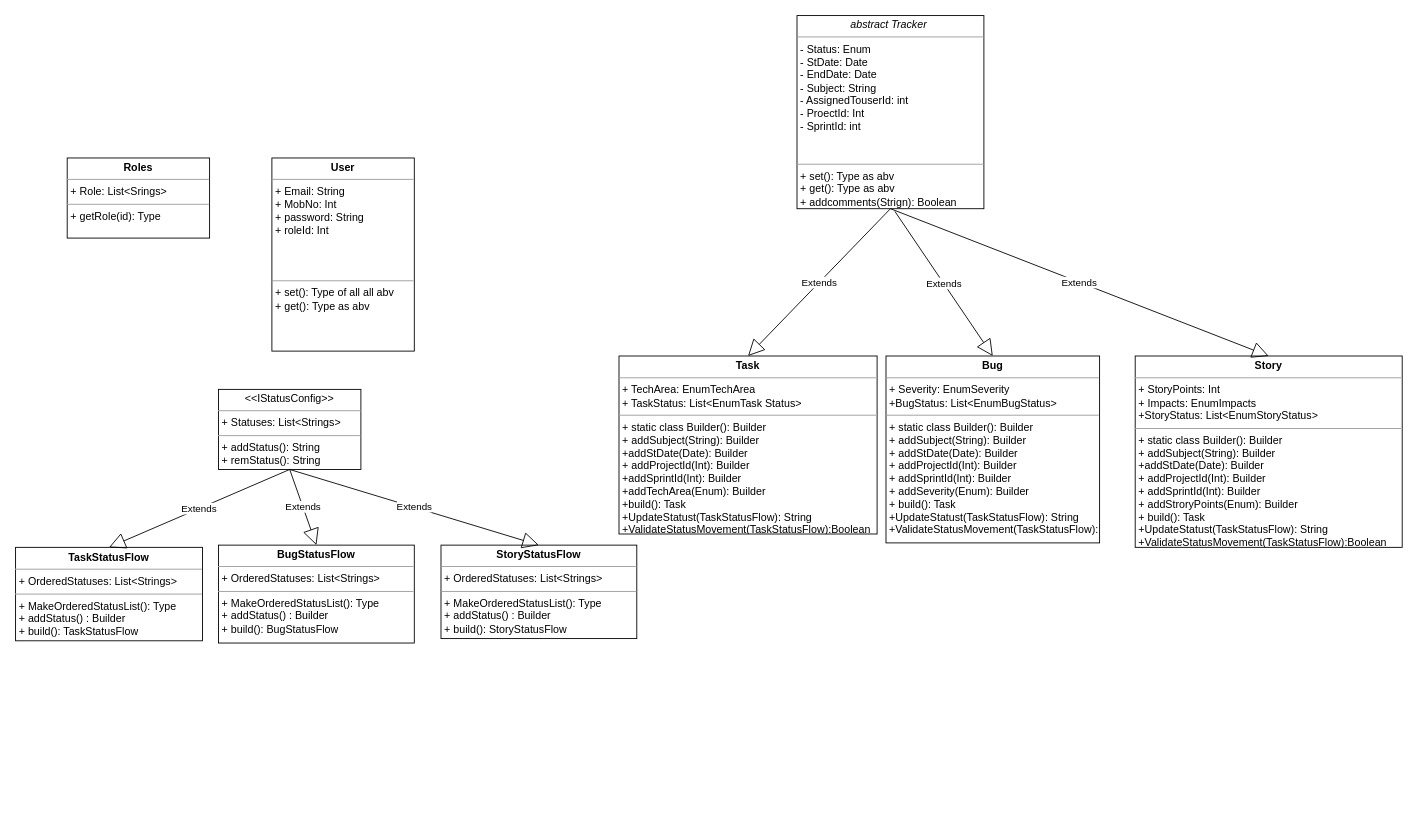
Above: TaskPlanner.drawio in LearningsLab/BoilerPlates (draw.io), before the change. Source tidied: cells renumbered, new cells numbered last; positions are measured from the earlier drawing's top-left corner, leaving out a move shared by most shapes. Both pictures are drawn from the tidied source at 89%, with x=0, y=0 at pixel (15, 15).
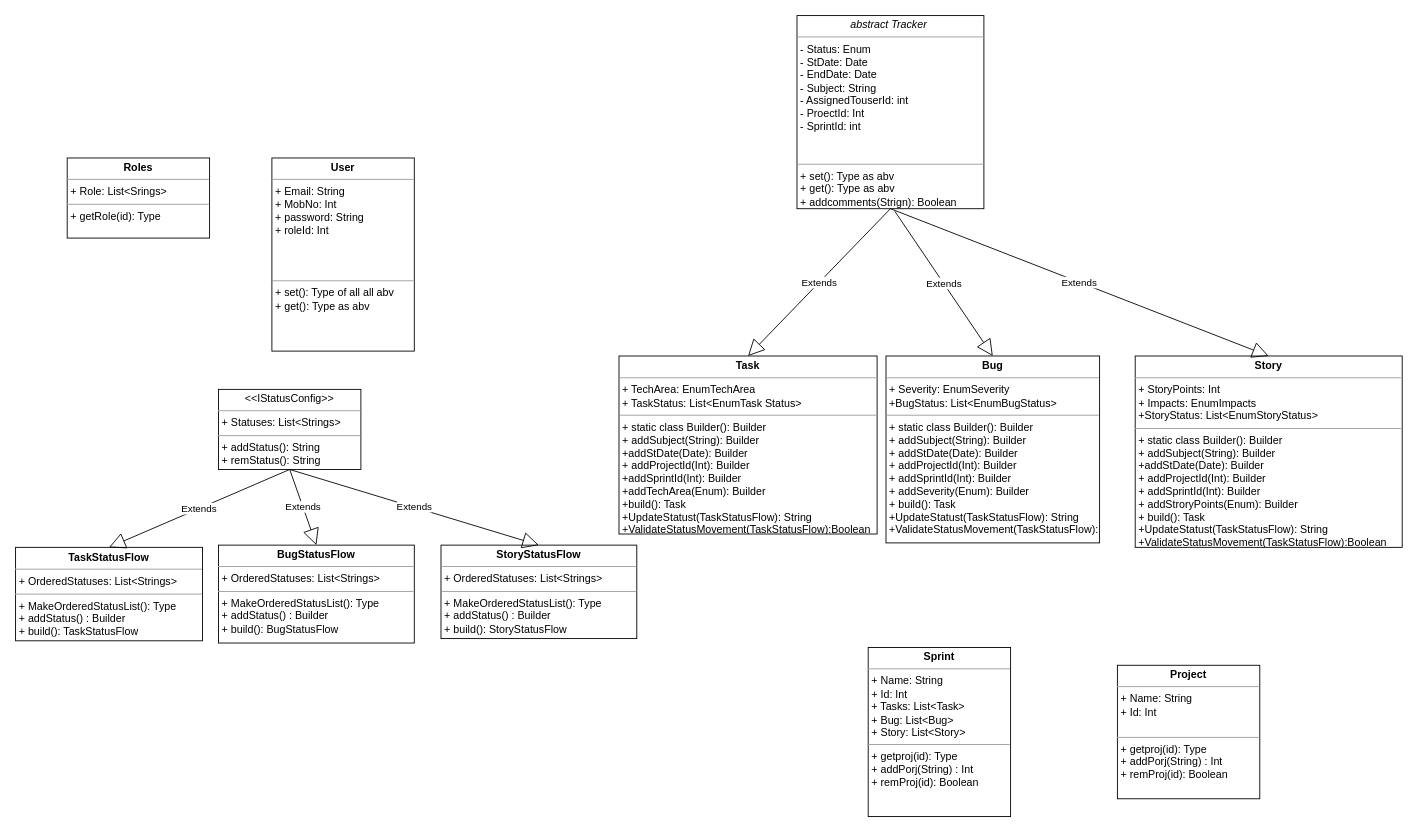
Above is the later version.

Commit message:
Adding Project and Sprint classes

What changed in the source:
```diff
@@
+    <mxCell id="18" value="&lt;p style=&quot;margin: 0px ; margin-top: 4px ; text-align: center&quot;&gt;&lt;b&gt;Project&lt;/b&gt;&lt;/p&gt;&lt;hr size=&quot;1&quot;&gt;&lt;p style=&quot;margin: 0px ; margin-left: 4px&quot;&gt;+ Name: String&lt;/p&gt;&lt;p style=&quot;margin: 0px ; margin-left: 4px&quot;&gt;+ Id: Int&lt;/p&gt;&lt;p style=&quot;margin: 0px ; margin-left: 4px&quot;&gt;&lt;br&gt;&lt;/p&gt;&lt;hr size=&quot;1&quot;&gt;&lt;p style=&quot;margin: 0px ; margin-left: 4px&quot;&gt;+ getproj(id): Type&lt;/p&gt;&lt;p style=&quot;margin: 0px ; margin-left: 4px&quot;&gt;+ addPorj(String) : Int&lt;/p&gt;&lt;p style=&quot;margin: 0px ; margin-left: 4px&quot;&gt;+ remProj(id): Boolean&lt;/p&gt;" style="verticalAlign=top;align=left;overflow=fill;fontSize=12;fontFamily=Helvetica;html=1;" parent="1" vertex="1">
+      <mxGeometry x="1238" y="730" width="160" height="150" as="geometry" />
+    </mxCell>
+    <mxCell id="19" value="&lt;p style=&quot;margin: 0px ; margin-top: 4px ; text-align: center&quot;&gt;&lt;b&gt;Sprint&lt;/b&gt;&lt;/p&gt;&lt;hr size=&quot;1&quot;&gt;&lt;p style=&quot;margin: 0px ; margin-left: 4px&quot;&gt;+ Name: String&lt;/p&gt;&lt;p style=&quot;margin: 0px ; margin-left: 4px&quot;&gt;+ Id: Int&lt;/p&gt;&lt;p style=&quot;margin: 0px ; margin-left: 4px&quot;&gt;+ Tasks: List&amp;lt;Task&amp;gt;&lt;/p&gt;&lt;p style=&quot;margin: 0px ; margin-left: 4px&quot;&gt;+ Bug: List&amp;lt;Bug&amp;gt;&lt;br&gt;&lt;/p&gt;&lt;p style=&quot;margin: 0px ; margin-left: 4px&quot;&gt;+ Story: List&amp;lt;Story&amp;gt;&lt;br&gt;&lt;/p&gt;&lt;hr size=&quot;1&quot;&gt;&lt;p style=&quot;margin: 0px ; margin-left: 4px&quot;&gt;+ getproj(id): Type&lt;/p&gt;&lt;p style=&quot;margin: 0px ; margin-left: 4px&quot;&gt;+ addPorj(String) : Int&lt;/p&gt;&lt;p style=&quot;margin: 0px ; margin-left: 4px&quot;&gt;+ remProj(id): Boolean&lt;/p&gt;" style="verticalAlign=top;align=left;overflow=fill;fontSize=12;fontFamily=Helvetica;html=1;" parent="1" vertex="1">
+      <mxGeometry x="958" y="710" width="160" height="190" as="geometry" />
+    </mxCell>
```
